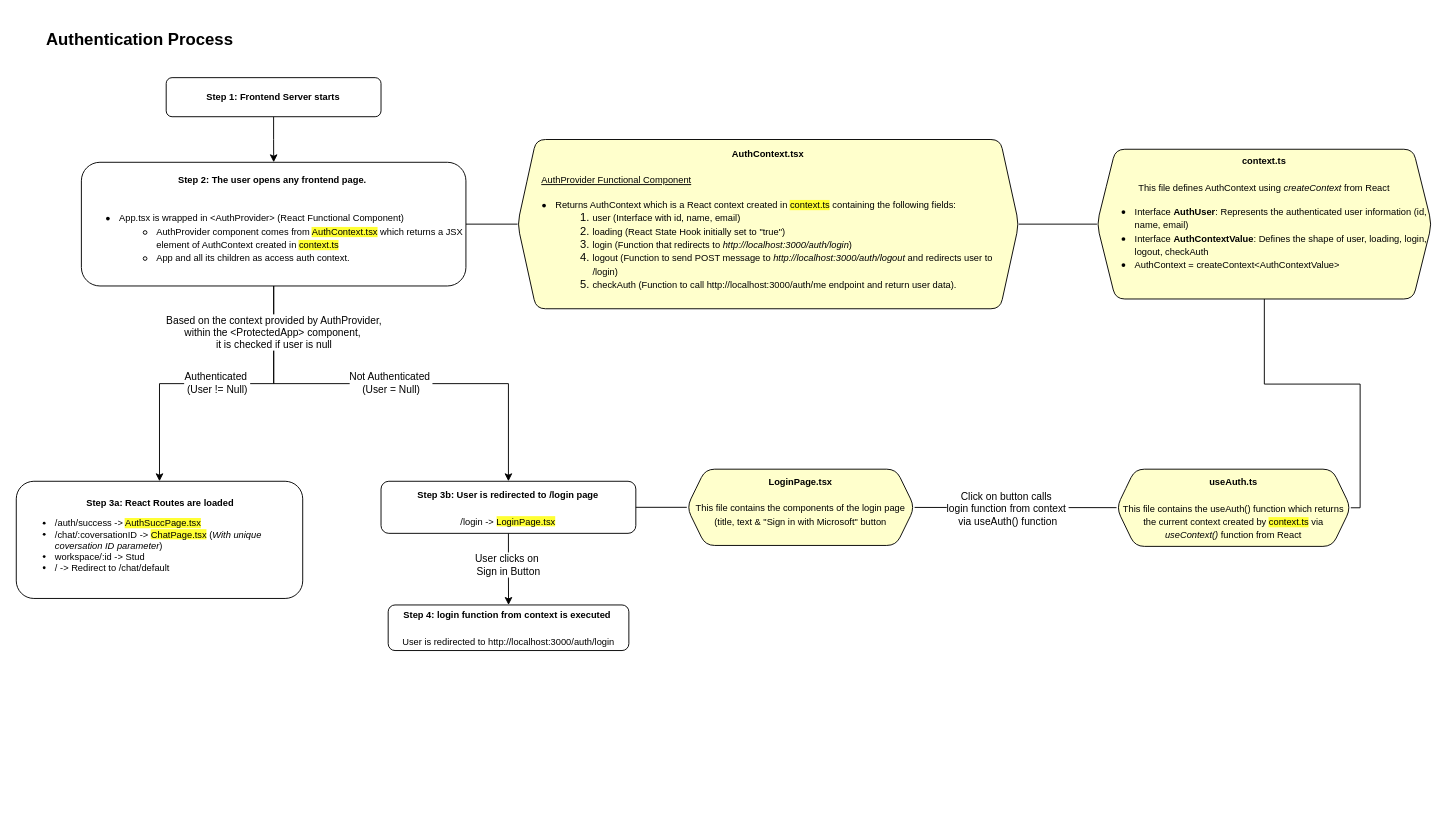
Before: page "Authentication Process" (2 of 2) of AIVIAN Showcase UI Architecture.drawio in mauriceschmetzer/Temp_Visual_Location, a draw.io diagram. Source tidied: cells renumbered, new cells numbered last; positions are measured from the earlier drawing's top-left corner, leaving out a move shared by most shapes. Both pictures are drawn from the tidied source at 93%, with x=0, y=0 at pixel (16, 25).
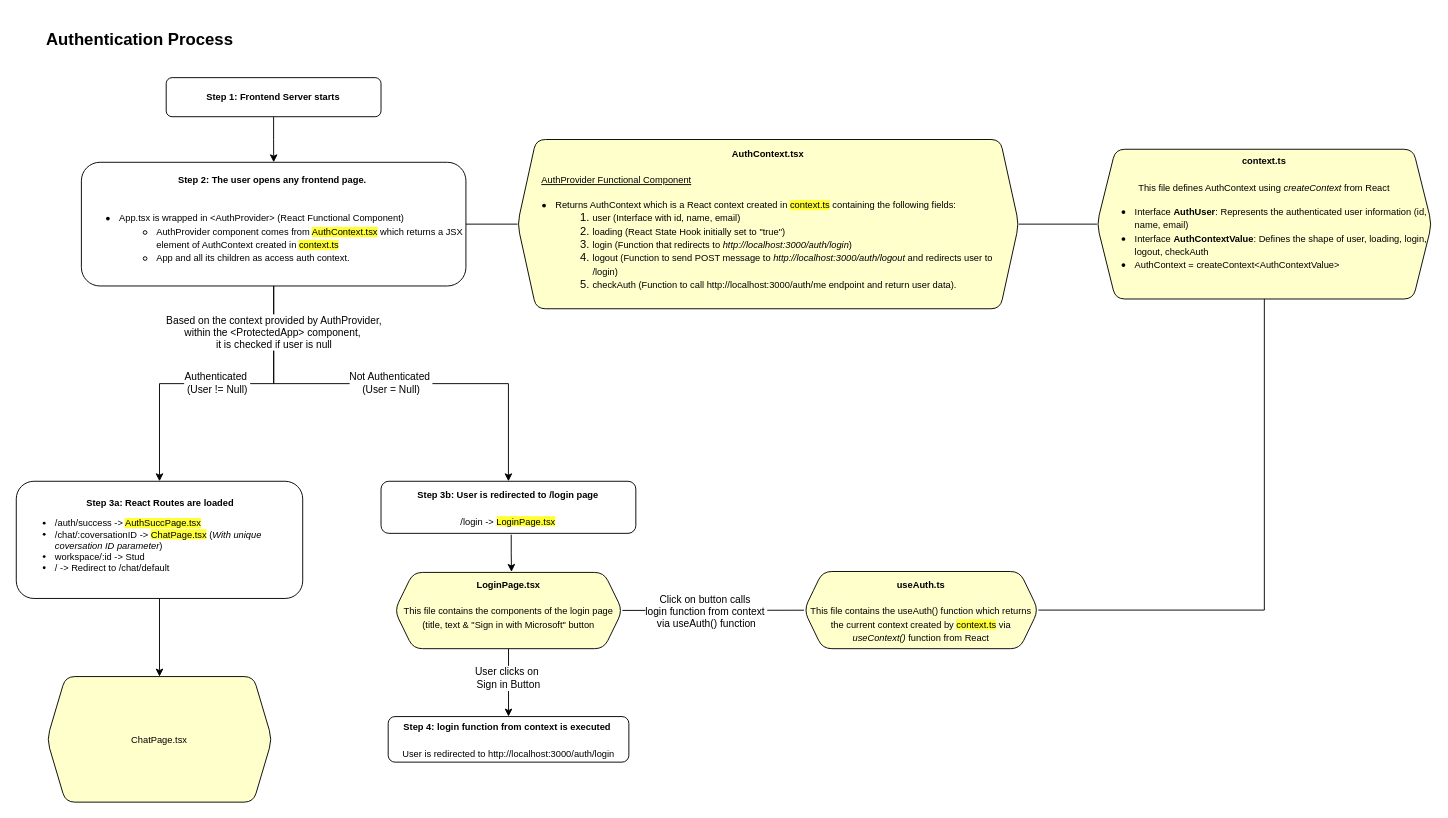
Above is the later version.

The change refers to these unchanged cells:
```xml
<mxCell id="12" value="&lt;div style=&quot;text-align: center;&quot;&gt;&lt;span style=&quot;background-color: transparent; color: light-dark(rgb(0, 0, 0), rgb(255, 255, 255));&quot;&gt;&lt;b&gt;Step 3a: React Routes are loaded&lt;/b&gt;&lt;/span&gt;&lt;/div&gt;&lt;div&gt;&lt;ul&gt;&lt;li&gt;/auth/success -&amp;gt; &lt;span style=&quot;background-color: rgb(255, 255, 51);&quot;&gt;AuthSuccPage.tsx&lt;/span&gt;&lt;/li&gt;&lt;li&gt;/chat/:coversationID -&amp;gt; &lt;span style=&quot;background-color: rgb(255, 255, 51);&quot;&gt;ChatPage.tsx&lt;/span&gt; (&lt;i&gt;With unique coversation ID parameter&lt;/i&gt;)&lt;/li&gt;&lt;li&gt;workspace/:id -&amp;gt; Stud&lt;/li&gt;&lt;li&gt;/ -&amp;gt; Redirect to /chat/default&lt;/li&gt;&lt;/ul&gt;&lt;/div&gt;" style="whiteSpace=wrap;html=1;rounded=1;fontSize=10;align=left;" parent="1" vertex="1">
  <mxGeometry y="490" width="308" height="126" as="geometry" />
</mxCell>
<mxCell id="15" value="&lt;font style=&quot;font-size: 10px;&quot;&gt;&lt;b&gt;Step 3b: User is redirected to /login page&lt;/b&gt;&lt;/font&gt;&lt;div&gt;&lt;font style=&quot;font-size: 10px;&quot;&gt;&lt;b&gt;&lt;br&gt;&lt;/b&gt;&lt;/font&gt;&lt;/div&gt;&lt;div&gt;&lt;span style=&quot;font-size: 10px;&quot;&gt;/login -&amp;gt; &lt;span style=&quot;background-color: rgb(255, 255, 51);&quot;&gt;LoginPage.tsx&lt;/span&gt;&lt;/span&gt;&lt;/div&gt;" style="whiteSpace=wrap;html=1;rounded=1;" parent="1" vertex="1">
  <mxGeometry x="392.2" y="490" width="274" height="56" as="geometry" />
</mxCell>
```

What changed in the source:
```diff
@@
+    <mxCell id="24" style="edgeStyle=orthogonalEdgeStyle;rounded=0;jettySize=auto;html=1;" parent="1" edge="1" source="12" target="25">
+      <mxGeometry relative="1" as="geometry" />
+    </mxCell>
@@
-    <mxCell id="13" style="edgeStyle=orthogonalEdgeStyle;rounded=0;jettySize=auto;html=1;" parent="1" edge="1" source="15" target="21">
+    <mxCell id="13" style="edgeStyle=orthogonalEdgeStyle;rounded=0;jettySize=auto;html=1;exitX=0.5;exitY=1;exitDx=0;exitDy=0;" parent="1" edge="1" source="20" target="21">
       <mxGeometry relative="1" as="geometry" />
     </mxCell>
@@
-    <mxCell id="17" style="edgeStyle=orthogonalEdgeStyle;rounded=0;jettySize=auto;html=1;endArrow=none;endFill=0;" parent="1" edge="1" source="20" target="15">
+    <mxCell id="17" style="edgeStyle=orthogonalEdgeStyle;rounded=0;jettySize=auto;html=1;endArrow=classic;endFill=1;exitX=0.511;exitY=1.025;exitDx=0;exitDy=0;exitPerimeter=0;entryX=0.513;entryY=-0.007;entryDx=0;entryDy=0;entryPerimeter=0;" parent="1" edge="1" source="15" target="20">
       <mxGeometry relative="1" as="geometry" />
     </mxCell>
@@
     <mxCell id="20" value="&lt;div style=&quot;&quot;&gt;&lt;b style=&quot;background-color: transparent; color: light-dark(rgb(0, 0, 0), rgb(255, 255, 255));&quot;&gt;&lt;font style=&quot;font-size: 10px;&quot;&gt;LoginPage.tsx&lt;/font&gt;&lt;/b&gt;&lt;/div&gt;&lt;div style=&quot;&quot;&gt;&lt;font style=&quot;font-size: 10px;&quot;&gt;&lt;br&gt;&lt;/font&gt;&lt;/div&gt;&lt;div style=&quot;&quot;&gt;&lt;font style=&quot;font-size: 10px;&quot;&gt;This file contains the components of the login page (title, text &amp;amp; &quot;Sign in with Microsoft&quot; button&lt;/font&gt;&lt;/div&gt;&lt;div&gt;&lt;br&gt;&lt;/div&gt;" style="shape=hexagon;perimeter=hexagonPerimeter2;whiteSpace=wrap;html=1;fixedSize=1;rounded=1;fillColor=#FFFFCC;" parent="1" vertex="1">
-      <mxGeometry x="721" y="477" width="245" height="82" as="geometry" />
+      <mxGeometry x="406.8" y="588" width="245" height="82" as="geometry" />
     </mxCell>
     <mxCell id="21" value="&lt;b&gt;&lt;font style=&quot;font-size: 10px;&quot;&gt;Step 4: login function from context is executed&amp;nbsp;&lt;/font&gt;&lt;/b&gt;&lt;div&gt;&lt;b&gt;&lt;font style=&quot;font-size: 10px;&quot;&gt;&lt;br&gt;&lt;/font&gt;&lt;/b&gt;&lt;/div&gt;&lt;div&gt;&lt;font style=&quot;font-size: 10px;&quot;&gt;User is redirected to http://localhost:3000/auth/login&lt;/font&gt;&lt;/div&gt;" style="whiteSpace=wrap;html=1;rounded=1;" parent="1" vertex="1">
-      <mxGeometry x="399.9" y="623" width="258.8" height="49" as="geometry" />
+      <mxGeometry x="399.9" y="743" width="258.8" height="49" as="geometry" />
     </mxCell>
     <mxCell id="22" value="&lt;font style=&quot;font-size: 10px;&quot;&gt;&lt;b&gt;useAuth.ts&lt;/b&gt;&lt;/font&gt;&lt;div&gt;&lt;font style=&quot;font-size: 10px;&quot;&gt;&lt;br&gt;&lt;/font&gt;&lt;/div&gt;&lt;div&gt;&lt;font style=&quot;font-size: 10px;&quot;&gt;This file contains the useAuth() function which returns the current context created by &lt;span style=&quot;background-color: rgb(255, 255, 51);&quot;&gt;context.ts&lt;/span&gt;&lt;/font&gt;&lt;span style=&quot;font-size: 10px; background-color: transparent; color: light-dark(rgb(0, 0, 0), rgb(255, 255, 255));&quot;&gt;&amp;nbsp;via &lt;i&gt;useContext() &lt;/i&gt;function from React&lt;/span&gt;&lt;/div&gt;" style="shape=hexagon;perimeter=hexagonPerimeter2;whiteSpace=wrap;html=1;fixedSize=1;fillColor=#FFFFCC;rounded=1;" parent="1" vertex="1">
-      <mxGeometry x="1183" y="477" width="252" height="83" as="geometry" />
+      <mxGeometry x="847" y="587" width="252" height="83" as="geometry" />
     </mxCell>
@@
+    <mxCell id="25" value="ChatPage.tsx" style="shape=hexagon;perimeter=hexagonPerimeter2;whiteSpace=wrap;html=1;fixedSize=1;fontSize=10;align=center;rounded=1;fillColor=#FFFFCC;" parent="1" vertex="1">
+      <mxGeometry x="33" y="700" width="242" height="135" as="geometry" />
+    </mxCell>
```
